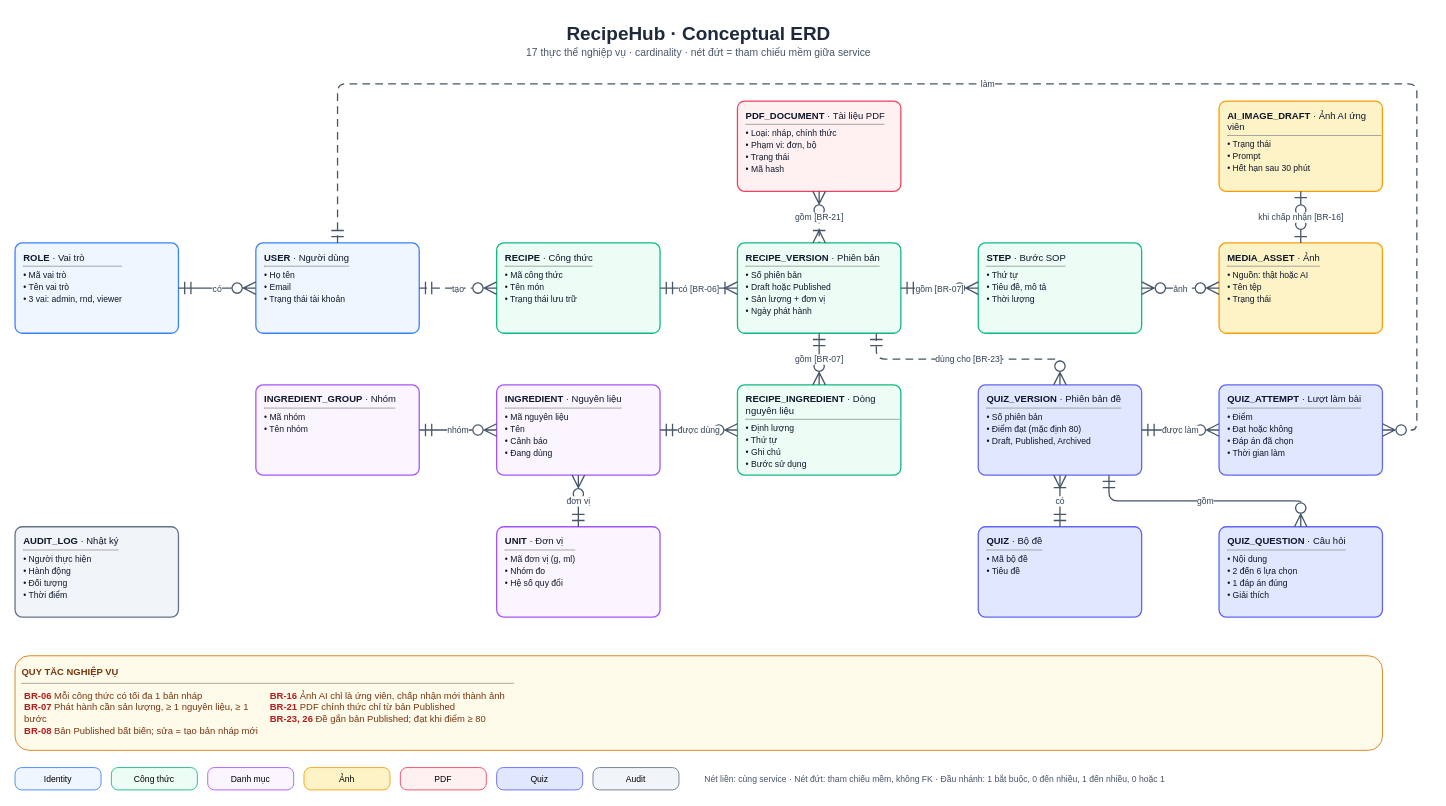
ThreadPoolTeam/RecipeHub keeps this draw.io diagram as docs/diagrams/conceptual-erd.drawio. Above is the earlier version. Source tidied: cells renumbered, new cells numbered last; positions are measured from the earlier drawing's top-left corner, leaving out a move shared by most shapes. Both pictures are drawn from the tidied source at 86%, with x=0, y=0 at pixel (15, 15).
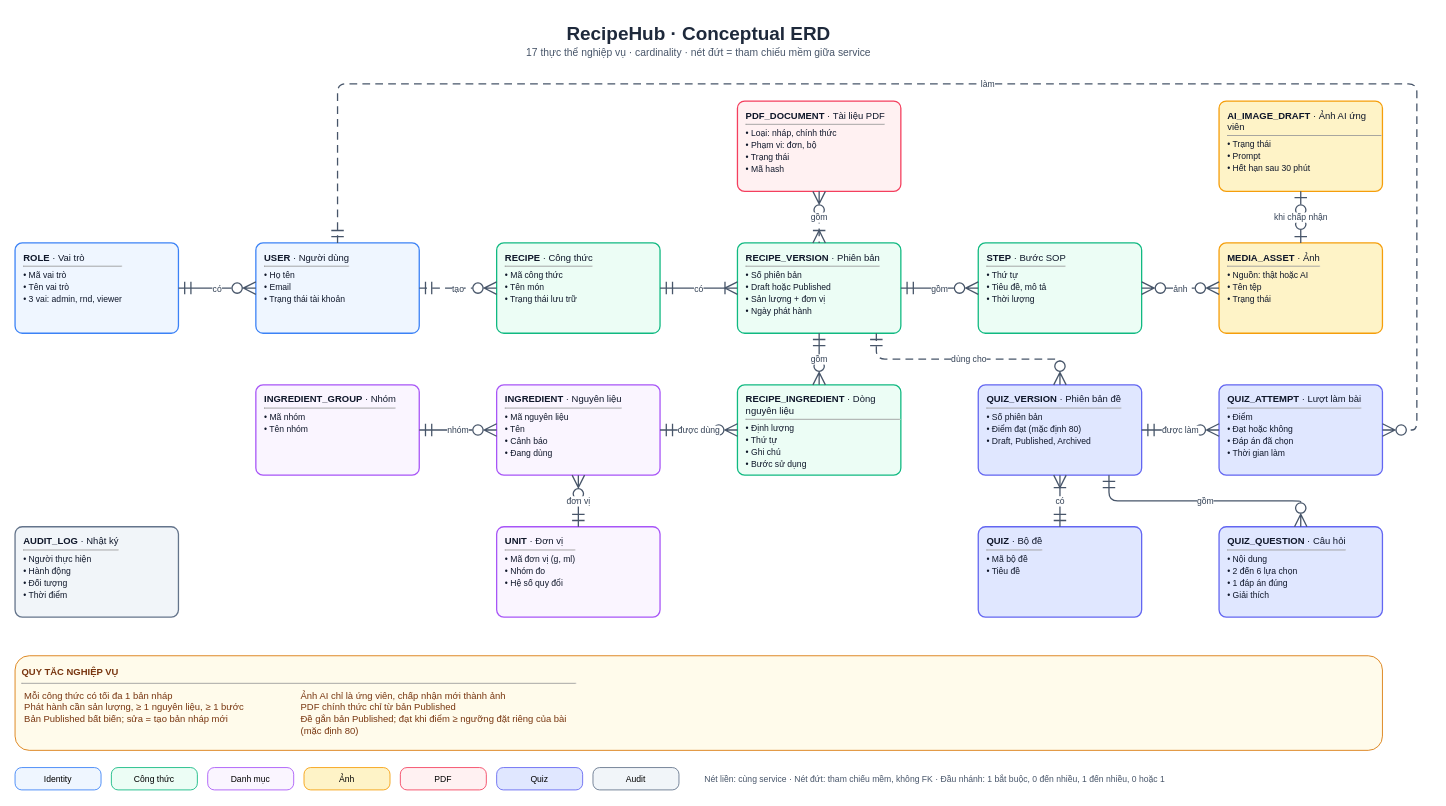
The same diagram, later.

Commit message (it also covers changes not shown here):
docs(diagrams): vẽ lại sequence phát hành và class theo code; bỏ ký hiệu BR khỏi sơ đồ CSDL

Unchanged cells that the change refers to:
```xml
<mxCell id="5" value="&lt;b&gt;RECIPE&lt;/b&gt; · Công thức&lt;hr size='1' style='margin:3px 0'&gt;&lt;div align='left' style='font-size:10px;line-height:14px'&gt;• Mã công thức&lt;br&gt;• Tên món&lt;br&gt;• Trạng thái lưu trữ&lt;/div&gt;" style="rounded=1;arcSize=8;fontFamily=Helvetica;fontSize=11;whiteSpace=wrap;html=1;align=left;verticalAlign=top;spacingLeft=8;spacingTop=4;fillColor=#ecfdf5;strokeColor=#10b981;strokeWidth=1.5;fontColor=#0f172a;" parent="1" vertex="1">
  <mxGeometry x="560" y="265" width="190" height="105" as="geometry" />
</mxCell>
<mxCell id="6" value="&lt;b&gt;RECIPE_VERSION&lt;/b&gt; · Phiên bản&lt;hr size='1' style='margin:3px 0'&gt;&lt;div align='left' style='font-size:10px;line-height:14px'&gt;• Số phiên bản&lt;br&gt;• Draft hoặc Published&lt;br&gt;• Sản lượng + đơn vị&lt;br&gt;• Ngày phát hành&lt;/div&gt;" style="rounded=1;arcSize=8;fontFamily=Helvetica;fontSize=11;whiteSpace=wrap;html=1;align=left;verticalAlign=top;spacingLeft=8;spacingTop=4;fillColor=#ecfdf5;strokeColor=#10b981;strokeWidth=1.5;fontColor=#0f172a;" parent="1" vertex="1">
  <mxGeometry x="840" y="265" width="190" height="105" as="geometry" />
</mxCell>
<mxCell id="7" value="&lt;b&gt;STEP&lt;/b&gt; · Bước SOP&lt;hr size='1' style='margin:3px 0'&gt;&lt;div align='left' style='font-size:10px;line-height:14px'&gt;• Thứ tự&lt;br&gt;• Tiêu đề, mô tả&lt;br&gt;• Thời lượng&lt;/div&gt;" style="rounded=1;arcSize=8;fontFamily=Helvetica;fontSize=11;whiteSpace=wrap;html=1;align=left;verticalAlign=top;spacingLeft=8;spacingTop=4;fillColor=#ecfdf5;strokeColor=#10b981;strokeWidth=1.5;fontColor=#0f172a;" parent="1" vertex="1">
  <mxGeometry x="1120" y="265" width="190" height="105" as="geometry" />
</mxCell>
<mxCell id="8" value="&lt;b&gt;MEDIA_ASSET&lt;/b&gt; · Ảnh&lt;hr size='1' style='margin:3px 0'&gt;&lt;div align='left' style='font-size:10px;line-height:14px'&gt;• Nguồn: thật hoặc AI&lt;br&gt;• Tên tệp&lt;br&gt;• Trạng thái&lt;/div&gt;" style="rounded=1;arcSize=8;fontFamily=Helvetica;fontSize=11;whiteSpace=wrap;html=1;align=left;verticalAlign=top;spacingLeft=8;spacingTop=4;fillColor=#fef3c7;strokeColor=#f59e0b;strokeWidth=1.5;fontColor=#0f172a;" parent="1" vertex="1">
  <mxGeometry x="1400" y="265" width="190" height="105" as="geometry" />
</mxCell>
<mxCell id="9" value="&lt;b&gt;AI_IMAGE_DRAFT&lt;/b&gt; · Ảnh AI ứng viên&lt;hr size='1' style='margin:3px 0'&gt;&lt;div align='left' style='font-size:10px;line-height:14px'&gt;• Trạng thái&lt;br&gt;• Prompt&lt;br&gt;• Hết hạn sau 30 phút&lt;/div&gt;" style="rounded=1;arcSize=8;fontFamily=Helvetica;fontSize=11;whiteSpace=wrap;html=1;align=left;verticalAlign=top;spacingLeft=8;spacingTop=4;fillColor=#fef3c7;strokeColor=#f59e0b;strokeWidth=1.5;fontColor=#0f172a;" parent="1" vertex="1">
  <mxGeometry x="1400" y="100" width="190" height="105" as="geometry" />
</mxCell>
<mxCell id="10" value="&lt;b&gt;PDF_DOCUMENT&lt;/b&gt; · Tài liệu PDF&lt;hr size='1' style='margin:3px 0'&gt;&lt;div align='left' style='font-size:10px;line-height:14px'&gt;• Loại: nháp, chính thức&lt;br&gt;• Phạm vi: đơn, bộ&lt;br&gt;• Trạng thái&lt;br&gt;• Mã hash&lt;/div&gt;" style="rounded=1;arcSize=8;fontFamily=Helvetica;fontSize=11;whiteSpace=wrap;html=1;align=left;verticalAlign=top;spacingLeft=8;spacingTop=4;fillColor=#fff1f2;strokeColor=#f43f5e;strokeWidth=1.5;fontColor=#0f172a;" parent="1" vertex="1">
  <mxGeometry x="840" y="100" width="190" height="105" as="geometry" />
</mxCell>
<mxCell id="11" value="&lt;b&gt;RECIPE_INGREDIENT&lt;/b&gt; · Dòng nguyên liệu&lt;hr size='1' style='margin:3px 0'&gt;&lt;div align='left' style='font-size:10px;line-height:14px'&gt;• Định lượng&lt;br&gt;• Thứ tự&lt;br&gt;• Ghi chú&lt;br&gt;• Bước sử dụng&lt;/div&gt;" style="rounded=1;arcSize=8;fontFamily=Helvetica;fontSize=11;whiteSpace=wrap;html=1;align=left;verticalAlign=top;spacingLeft=8;spacingTop=4;fillColor=#ecfdf5;strokeColor=#10b981;strokeWidth=1.5;fontColor=#0f172a;" parent="1" vertex="1">
  <mxGeometry x="840" y="430" width="190" height="105" as="geometry" />
</mxCell>
<mxCell id="15" value="&lt;b&gt;QUIZ_VERSION&lt;/b&gt; · Phiên bản đề&lt;hr size='1' style='margin:3px 0'&gt;&lt;div align='left' style='font-size:10px;line-height:14px'&gt;• Số phiên bản&lt;br&gt;• Điểm đạt (mặc định 80)&lt;br&gt;• Draft, Published, Archived&lt;/div&gt;" style="rounded=1;arcSize=8;fontFamily=Helvetica;fontSize=11;whiteSpace=wrap;html=1;align=left;verticalAlign=top;spacingLeft=8;spacingTop=4;fillColor=#e0e7ff;strokeColor=#6366f1;strokeWidth=1.5;fontColor=#0f172a;" parent="1" vertex="1">
  <mxGeometry x="1120" y="430" width="190" height="105" as="geometry" />
</mxCell>
```

What changed in the source:
```diff
@@
-    <mxCell id="22" value="có [BR-06]" style="edgeStyle=orthogonalEdgeStyle;rounded=1;html=1;fontSize=10;strokeWidth=1.5;strokeColor=#475569;fontColor=#334155;labelBackgroundColor=#ffffff;startArrow=ERmandOne;endArrow=ERoneToMany;startFill=0;endFill=0;startSize=12;endSize=12;" parent="1" edge="1" source="5" target="6">
+    <mxCell id="22" value="có" style="edgeStyle=orthogonalEdgeStyle;rounded=1;html=1;fontSize=10;strokeWidth=1.5;strokeColor=#475569;fontColor=#334155;labelBackgroundColor=#ffffff;startArrow=ERmandOne;endArrow=ERoneToMany;startFill=0;endFill=0;startSize=12;endSize=12;" parent="1" edge="1" source="5" target="6">
       <mxGeometry relative="1" as="geometry" />
     </mxCell>
-    <mxCell id="23" value="gồm [BR-07]" style="edgeStyle=orthogonalEdgeStyle;rounded=1;html=1;fontSize=10;strokeWidth=1.5;strokeColor=#475569;fontColor=#334155;labelBackgroundColor=#ffffff;startArrow=ERmandOne;endArrow=ERzeroToMany;startFill=0;endFill=0;startSize=12;endSize=12;" parent="1" edge="1" source="6" target="7">
+    <mxCell id="23" value="gồm" style="edgeStyle=orthogonalEdgeStyle;rounded=1;html=1;fontSize=10;strokeWidth=1.5;strokeColor=#475569;fontColor=#334155;labelBackgroundColor=#ffffff;startArrow=ERmandOne;endArrow=ERzeroToMany;startFill=0;endFill=0;startSize=12;endSize=12;" parent="1" edge="1" source="6" target="7">
       <mxGeometry relative="1" as="geometry" />
     </mxCell>
-    <mxCell id="24" value="gồm [BR-07]" style="edgeStyle=orthogonalEdgeStyle;rounded=1;html=1;fontSize=10;strokeWidth=1.5;strokeColor=#475569;fontColor=#334155;labelBackgroundColor=#ffffff;startArrow=ERmandOne;endArrow=ERzeroToMany;startFill=0;endFill=0;startSize=12;endSize=12;" parent="1" edge="1" source="6" target="11">
+    <mxCell id="24" value="gồm" style="edgeStyle=orthogonalEdgeStyle;rounded=1;html=1;fontSize=10;strokeWidth=1.5;strokeColor=#475569;fontColor=#334155;labelBackgroundColor=#ffffff;startArrow=ERmandOne;endArrow=ERzeroToMany;startFill=0;endFill=0;startSize=12;endSize=12;" parent="1" edge="1" source="6" target="11">
       <mxGeometry relative="1" as="geometry" />
     </mxCell>
@@
-    <mxCell id="29" value="khi chấp nhận [BR-16]" style="edgeStyle=orthogonalEdgeStyle;rounded=1;html=1;fontSize=10;strokeWidth=1.5;strokeColor=#475569;fontColor=#334155;labelBackgroundColor=#ffffff;startArrow=ERzeroToOne;endArrow=ERzeroToOne;startFill=0;endFill=0;startSize=12;endSize=12;" parent="1" edge="1" source="9" target="8">
+    <mxCell id="29" value="khi chấp nhận" style="edgeStyle=orthogonalEdgeStyle;rounded=1;html=1;fontSize=10;strokeWidth=1.5;strokeColor=#475569;fontColor=#334155;labelBackgroundColor=#ffffff;startArrow=ERzeroToOne;endArrow=ERzeroToOne;startFill=0;endFill=0;startSize=12;endSize=12;" parent="1" edge="1" source="9" target="8">
       <mxGeometry relative="1" as="geometry" />
     </mxCell>
-    <mxCell id="30" value="gồm [BR-21]" style="edgeStyle=orthogonalEdgeStyle;rounded=1;html=1;fontSize=10;strokeWidth=1.5;strokeColor=#475569;fontColor=#334155;labelBackgroundColor=#ffffff;startArrow=ERzeroToMany;endArrow=ERoneToMany;startFill=0;endFill=0;startSize=12;endSize=12;dashed=1;dashPattern=6 4;" parent="1" edge="1" source="10" target="6">
+    <mxCell id="30" value="gồm" style="edgeStyle=orthogonalEdgeStyle;rounded=1;html=1;fontSize=10;strokeWidth=1.5;strokeColor=#475569;fontColor=#334155;labelBackgroundColor=#ffffff;startArrow=ERzeroToMany;endArrow=ERoneToMany;startFill=0;endFill=0;startSize=12;endSize=12;dashed=1;dashPattern=6 4;" parent="1" edge="1" source="10" target="6">
       <mxGeometry relative="1" as="geometry" />
     </mxCell>
-    <mxCell id="31" value="dùng cho [BR-23]" style="edgeStyle=orthogonalEdgeStyle;rounded=1;html=1;fontSize=10;strokeWidth=1.5;strokeColor=#475569;fontColor=#334155;labelBackgroundColor=#ffffff;startArrow=ERmandOne;endArrow=ERzeroToMany;startFill=0;endFill=0;startSize=12;endSize=12;dashed=1;dashPattern=6 4;exitX=0.85;exitY=1;entryX=0.5;entryY=0;" parent="1" edge="1" source="6" target="15">
+    <mxCell id="31" value="dùng cho" style="edgeStyle=orthogonalEdgeStyle;rounded=1;html=1;fontSize=10;strokeWidth=1.5;strokeColor=#475569;fontColor=#334155;labelBackgroundColor=#ffffff;startArrow=ERmandOne;endArrow=ERzeroToMany;startFill=0;endFill=0;startSize=12;endSize=12;dashed=1;dashPattern=6 4;exitX=0.85;exitY=1;entryX=0.5;entryY=0;" parent="1" edge="1" source="6" target="15">
       <mxGeometry relative="1" as="geometry">
         <Array as="points">
           <mxPoint x="1002" y="400" />
           <mxPoint x="1215" y="400" />
         </Array>
       </mxGeometry>
     </mxCell>
@@
-    <mxCell id="36" value="&lt;b&gt;QUY TẮC NGHIỆP VỤ&lt;/b&gt;&lt;hr size='1'&gt;&lt;table width='100%' style='font-size:11px'&gt;&lt;tr&gt;&lt;td width='50%' valign='top'&gt;&lt;b style='color:#b91c1c'&gt;BR-06&lt;/b&gt; Mỗi công thức có tối đa 1 bản nháp&lt;br&gt;&lt;b style='color:#b91c1c'&gt;BR-07&lt;/b&gt; Phát hành cần sản lượng, ≥ 1 nguyên liệu, ≥ 1 bước&lt;br&gt;&lt;b style='color:#b91c1c'&gt;BR-08&lt;/b&gt; Bản Published bất biến; sửa = tạo bản nháp mới&lt;/td&gt;&lt;td width='50%' valign='top'&gt;&lt;b style='color:#b91c1c'&gt;BR-16&lt;/b&gt; Ảnh AI chỉ là ứng viên, chấp nhận mới thành ảnh&lt;br&gt;&lt;b style='color:#b91c1c'&gt;BR-21&lt;/b&gt; PDF chính thức chỉ từ bản Published&lt;br&gt;&lt;b style='color:#b91c1c'&gt;BR-23, 26&lt;/b&gt; Đề gắn bản Published; đạt khi điểm ≥ 80&lt;/td&gt;&lt;/tr&gt;&lt;/table&gt;" style="rounded=1;fontFamily=Helvetica;fontSize=11;whiteSpace=wrap;html=1;align=left;verticalAlign=top;spacing=8;fillColor=#fffbeb;strokeColor=#d97706;fontColor=#78350f;" parent="1" vertex="1">
+    <mxCell id="36" value="&lt;b&gt;QUY TẮC NGHIỆP VỤ&lt;/b&gt;&lt;hr size='1'&gt;&lt;table width='100%' style='font-size:11px'&gt;&lt;tr&gt;&lt;td width='50%' valign='top'&gt;Mỗi công thức có tối đa 1 bản nháp&lt;br&gt;Phát hành cần sản lượng, ≥ 1 nguyên liệu, ≥ 1 bước&lt;br&gt;Bản Published bất biến; sửa = tạo bản nháp mới&lt;/td&gt;&lt;td width='50%' valign='top'&gt;Ảnh AI chỉ là ứng viên, chấp nhận mới thành ảnh&lt;br&gt;PDF chính thức chỉ từ bản Published&lt;br&gt;Đề gắn bản Published; đạt khi điểm ≥ ngưỡng đặt riêng của bài (mặc định 80)&lt;/td&gt;&lt;/tr&gt;&lt;/table&gt;" style="rounded=1;fontFamily=Helvetica;fontSize=11;whiteSpace=wrap;html=1;align=left;verticalAlign=top;spacing=8;fillColor=#fffbeb;strokeColor=#d97706;fontColor=#78350f;" parent="1" vertex="1">
       <mxGeometry y="745" width="1590" height="110" as="geometry" />
     </mxCell>
```
